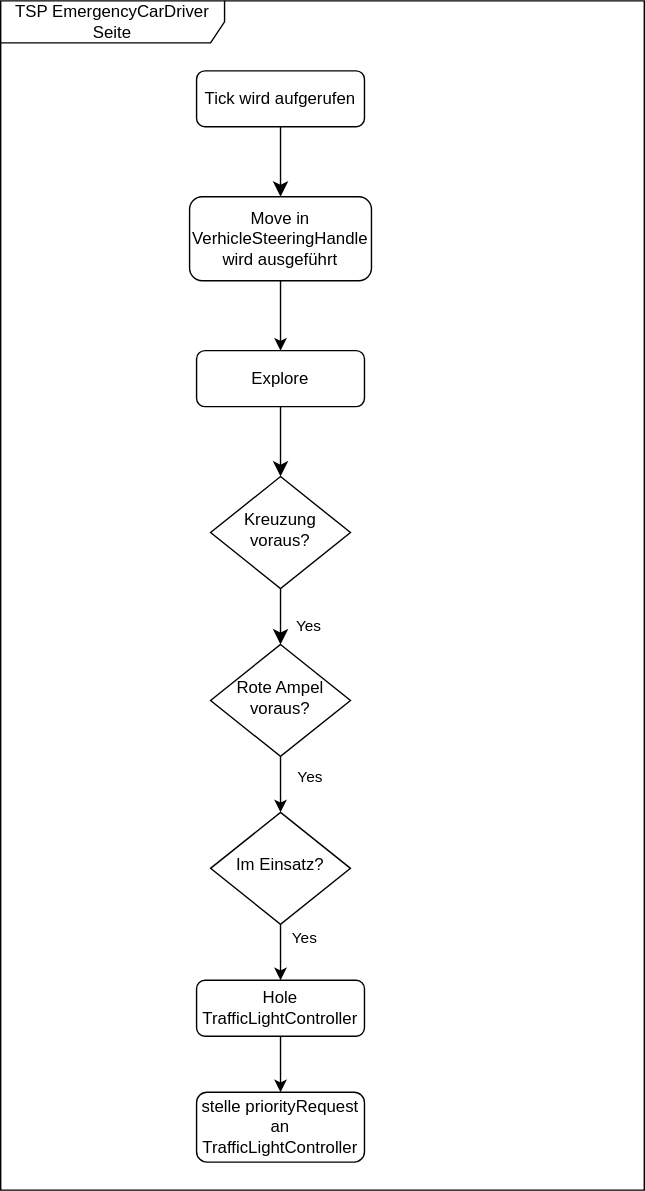
Above: SOHC-ITSBox/doc/Diagramme/TSP_EmergencyCarDriverSeite.svg in MARS-Group-HAW/model-soh (draw.io), before the change. Source tidied: cells renumbered, new cells last; positions are measured from the earlier drawing's top-left corner, leaving out a move shared by most shapes.
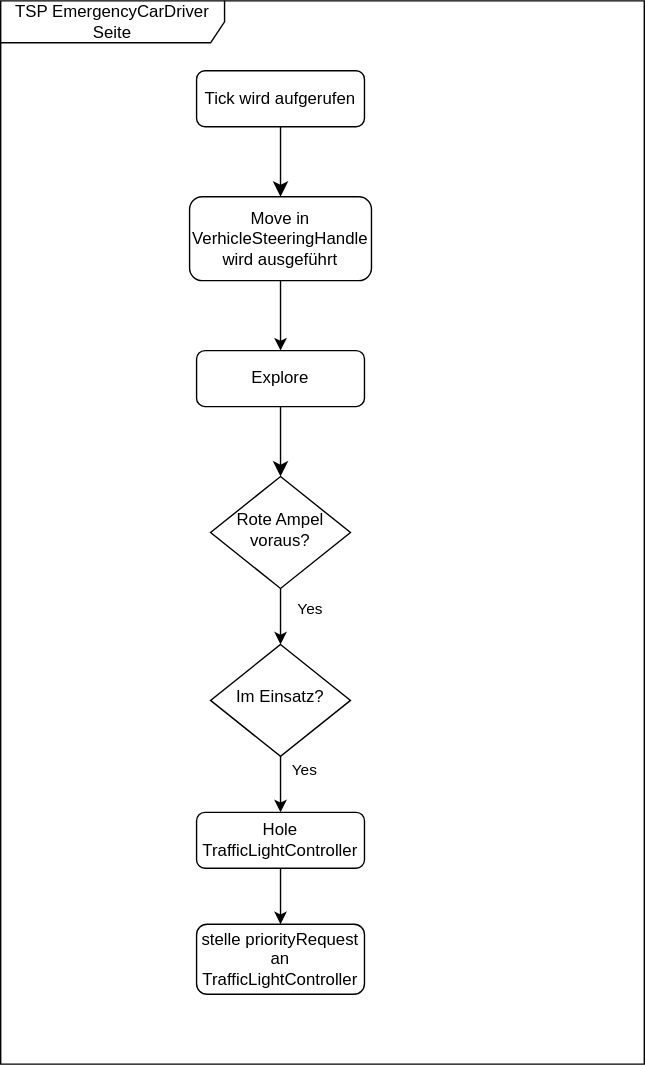
Later version of the same file.

Commit message:
TSP Diagramme angepasst

Diff of the diagram source:
```diff
@@ -3,7 +3,7 @@
     <mxCell id="0" />
     <mxCell id="1" parent="0" />
     <mxCell id="2" value="TSP EmergencyCarDriver Seite" style="shape=umlFrame;whiteSpace=wrap;html=1;width=160;" parent="1" vertex="1">
-      <mxGeometry width="460" height="850" as="geometry" />
+      <mxGeometry width="460" height="760" as="geometry" />
     </mxCell>
     <mxCell id="3" style="rounded=0;html=1;jettySize=auto;fontSize=11;endArrow=classic;endFill=1;endSize=8;strokeWidth=1;shadow=0;labelBackgroundColor=none;edgeStyle=orthogonalEdgeStyle;" parent="2" edge="1" source="4">
       <mxGeometry relative="1" as="geometry">
@@ -13,8 +13,10 @@
     <mxCell id="4" value="Tick wird aufgerufen" style="rounded=1;whiteSpace=wrap;html=1;fontSize=12;glass=0;strokeWidth=1;shadow=0;" parent="2" vertex="1">
       <mxGeometry x="140" y="50" width="120" height="40" as="geometry" />
     </mxCell>
-    <mxCell id="5" style="rounded=0;html=1;jettySize=auto;fontSize=11;endArrow=classic;endFill=1;endSize=8;strokeWidth=1;shadow=0;labelBackgroundColor=none;edgeStyle=orthogonalEdgeStyle;exitX=0.5;exitY=1;exitDx=0;exitDy=0;" parent="2" edge="1" source="10" target="9">
-      <mxGeometry y="20" relative="1" as="geometry" />
+    <mxCell id="5" style="rounded=0;html=1;jettySize=auto;fontSize=11;endArrow=classic;endFill=1;endSize=8;strokeWidth=1;shadow=0;labelBackgroundColor=none;edgeStyle=orthogonalEdgeStyle;exitX=0.5;exitY=1;exitDx=0;exitDy=0;" parent="2" edge="1" source="10">
+      <mxGeometry y="20" relative="1" as="geometry">
+        <mxPoint x="200" y="340" as="targetPoint" />
+      </mxGeometry>
     </mxCell>
     <mxCell id="6" style="edgeStyle=orthogonalEdgeStyle;rounded=0;jettySize=auto;html=1;entryX=0.5;entryY=0;entryDx=0;entryDy=0;" parent="2" edge="1" source="7" target="10">
       <mxGeometry relative="1" as="geometry" />
@@ -22,14 +24,6 @@
     <mxCell id="7" value="Move in VerhicleSteeringHandle wird ausgeführt" style="rounded=1;whiteSpace=wrap;html=1;fontSize=12;glass=0;strokeWidth=1;shadow=0;" parent="2" vertex="1">
       <mxGeometry x="135" y="140" width="130" height="60" as="geometry" />
     </mxCell>
-    <mxCell id="8" value="Yes" style="rounded=0;html=1;jettySize=auto;fontSize=11;endArrow=classic;endFill=1;endSize=8;strokeWidth=1;shadow=0;labelBackgroundColor=none;edgeStyle=orthogonalEdgeStyle;" parent="2" edge="1" source="9">
-      <mxGeometry x="0.33" y="20" relative="1" as="geometry">
-        <mxPoint x="200" y="460" as="targetPoint" />
-      </mxGeometry>
-    </mxCell>
-    <mxCell id="9" value="Kreuzung voraus?" style="rhombus;whiteSpace=wrap;html=1;shadow=0;fontFamily=Helvetica;fontSize=12;align=center;strokeWidth=1;spacing=6;spacingTop=-4;" parent="2" vertex="1">
-      <mxGeometry x="150" y="340" width="100" height="80" as="geometry" />
-    </mxCell>
     <mxCell id="10" value="Explore" style="rounded=1;whiteSpace=wrap;html=1;fontSize=12;glass=0;strokeWidth=1;shadow=0;" parent="2" vertex="1">
       <mxGeometry x="140" y="250" width="120" height="40" as="geometry" />
     </mxCell>
@@ -42,25 +36,27 @@
       </mxGeometry>
     </mxCell>
     <mxCell id="13" value="Rote Ampel voraus?" style="rhombus;whiteSpace=wrap;html=1;shadow=0;fontFamily=Helvetica;fontSize=12;align=center;strokeWidth=1;spacing=6;spacingTop=-4;" parent="2" vertex="1">
-      <mxGeometry x="150" y="460" width="100" height="80" as="geometry" />
+      <mxGeometry x="150" y="340" width="100" height="80" as="geometry" />
     </mxCell>
     <mxCell id="14" style="edgeStyle=orthogonalEdgeStyle;rounded=0;jettySize=auto;html=1;entryX=0.5;entryY=0;entryDx=0;entryDy=0;" parent="2" edge="1" source="15" target="17">
       <mxGeometry relative="1" as="geometry" />
     </mxCell>
     <mxCell id="15" value="Im Einsatz?" style="rhombus;whiteSpace=wrap;html=1;shadow=0;fontFamily=Helvetica;fontSize=12;align=center;strokeWidth=1;spacing=6;spacingTop=-4;" parent="2" vertex="1">
-      <mxGeometry x="150" y="580" width="100" height="80" as="geometry" />
+      <mxGeometry x="150" y="460" width="100" height="80" as="geometry" />
     </mxCell>
-    <mxCell id="16" style="edgeStyle=orthogonalEdgeStyle;rounded=0;jettySize=auto;html=1;" parent="2" edge="1" source="17" target="18">
-      <mxGeometry relative="1" as="geometry" />
+    <mxCell id="16" style="edgeStyle=orthogonalEdgeStyle;rounded=0;jettySize=auto;html=1;" parent="2" edge="1" source="17">
+      <mxGeometry relative="1" as="geometry">
+        <mxPoint x="200" y="660" as="targetPoint" />
+      </mxGeometry>
     </mxCell>
     <mxCell id="17" value="Hole TrafficLightController" style="rounded=1;whiteSpace=wrap;html=1;fontSize=12;glass=0;strokeWidth=1;shadow=0;" parent="2" vertex="1">
-      <mxGeometry x="140" y="700" width="120" height="40" as="geometry" />
+      <mxGeometry x="140" y="580" width="120" height="40" as="geometry" />
     </mxCell>
     <mxCell id="18" value="stelle priorityRequest an TrafficLightController" style="rounded=1;whiteSpace=wrap;html=1;fontSize=12;glass=0;strokeWidth=1;shadow=0;" parent="2" vertex="1">
-      <mxGeometry x="140" y="780" width="120" height="50" as="geometry" />
+      <mxGeometry x="140" y="660" width="120" height="50" as="geometry" />
     </mxCell>
     <mxCell id="19" value="Yes" style="edgeLabel;html=1;align=center;verticalAlign=middle;" parent="2" vertex="1">
-      <mxGeometry x="220" y="555" as="geometry">
+      <mxGeometry x="220" y="435" as="geometry">
         <mxPoint x="-4" y="114" as="offset" />
       </mxGeometry>
     </mxCell>
```
